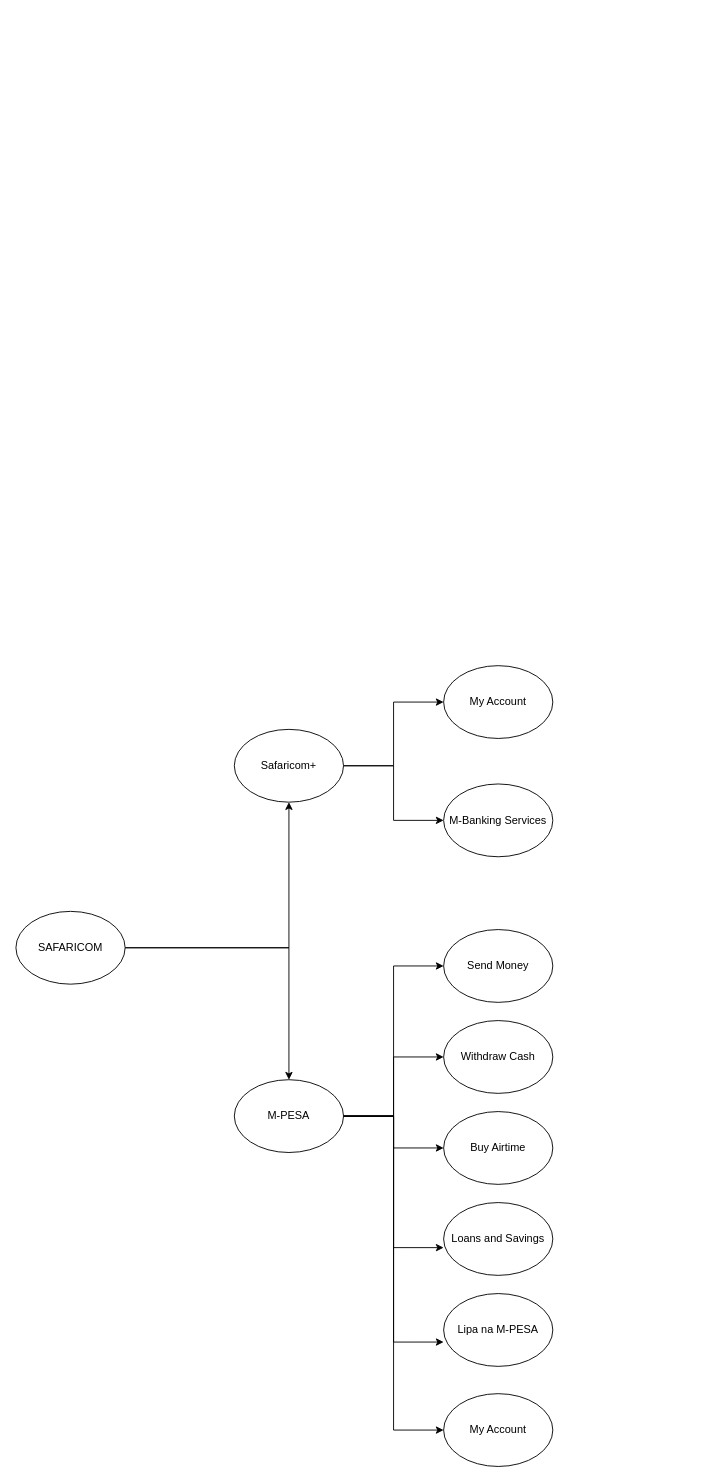
blacksnowmartin/MullaPay keeps this draw.io diagram as saf.drawio. Above is the earlier version. Source tidied: cells renumbered, new cells numbered last; positions are measured from the earlier drawing's top-left corner, leaving out a move shared by most shapes. Both pictures are drawn from the tidied source at 91%, with x=0, y=0 at pixel (15, 665).
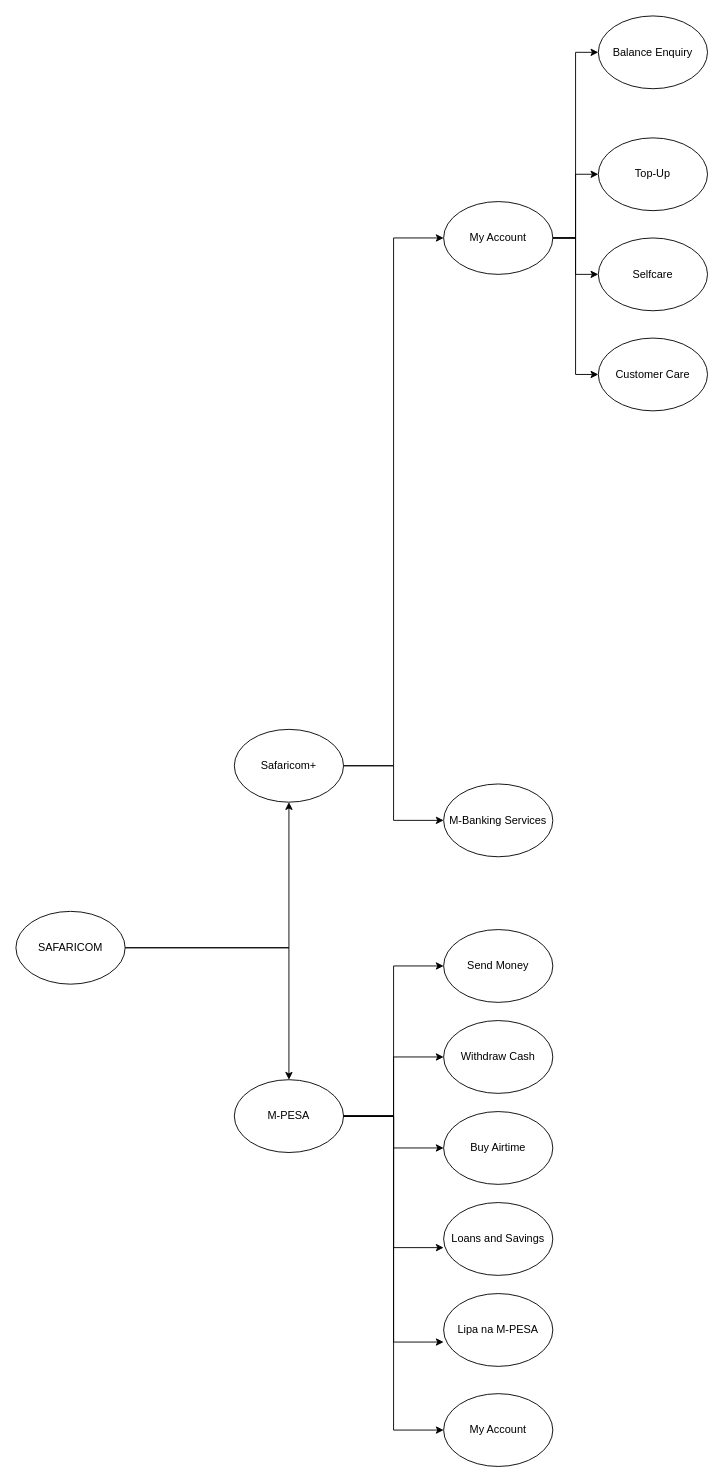
After the change.

Change to the diagram source:
```diff
@@
+    <mxCell id="23" style="edgeStyle=orthogonalEdgeStyle;rounded=0;jettySize=auto;html=1;exitX=1;exitY=0.5;exitDx=0;exitDy=0;" parent="1" edge="1" source="13" target="30">
+      <mxGeometry relative="1" as="geometry" />
+    </mxCell>
+    <mxCell id="24" style="edgeStyle=orthogonalEdgeStyle;rounded=0;jettySize=auto;html=1;exitX=1;exitY=0.5;exitDx=0;exitDy=0;entryX=0;entryY=0.5;entryDx=0;entryDy=0;" parent="1" edge="1" source="13" target="28">
+      <mxGeometry relative="1" as="geometry" />
+    </mxCell>
+    <mxCell id="25" style="edgeStyle=orthogonalEdgeStyle;rounded=0;jettySize=auto;html=1;exitX=1;exitY=0.5;exitDx=0;exitDy=0;entryX=0;entryY=0.5;entryDx=0;entryDy=0;" parent="1" edge="1" source="13" target="29">
+      <mxGeometry relative="1" as="geometry" />
+    </mxCell>
+    <mxCell id="26" style="edgeStyle=orthogonalEdgeStyle;rounded=0;jettySize=auto;html=1;exitX=1;exitY=0.5;exitDx=0;exitDy=0;entryX=0;entryY=0.5;entryDx=0;entryDy=0;" parent="1" edge="1" source="13" target="27">
+      <mxGeometry relative="1" as="geometry" />
+    </mxCell>
     <mxCell id="13" value="My Account" style="ellipse;whiteSpace=wrap;html=1;" parent="1" vertex="1">
-      <mxGeometry x="470" width="120" height="80" as="geometry" />
+      <mxGeometry x="470" y="-510" width="120" height="80" as="geometry" />
     </mxCell>
@@
+    <mxCell id="27" value="Balance Enquiry" style="ellipse;whiteSpace=wrap;html=1;" parent="1" vertex="1">
+      <mxGeometry x="640" y="-714" width="120" height="80" as="geometry" />
+    </mxCell>
+    <mxCell id="28" value="Top-Up" style="ellipse;whiteSpace=wrap;html=1;" parent="1" vertex="1">
+      <mxGeometry x="640" y="-580" width="120" height="80" as="geometry" />
+    </mxCell>
+    <mxCell id="29" value="Customer Care" style="ellipse;whiteSpace=wrap;html=1;" parent="1" vertex="1">
+      <mxGeometry x="640" y="-360" width="120" height="80" as="geometry" />
+    </mxCell>
+    <mxCell id="30" value="Selfcare" style="ellipse;whiteSpace=wrap;html=1;" parent="1" vertex="1">
+      <mxGeometry x="640" y="-470" width="120" height="80" as="geometry" />
+    </mxCell>
```
